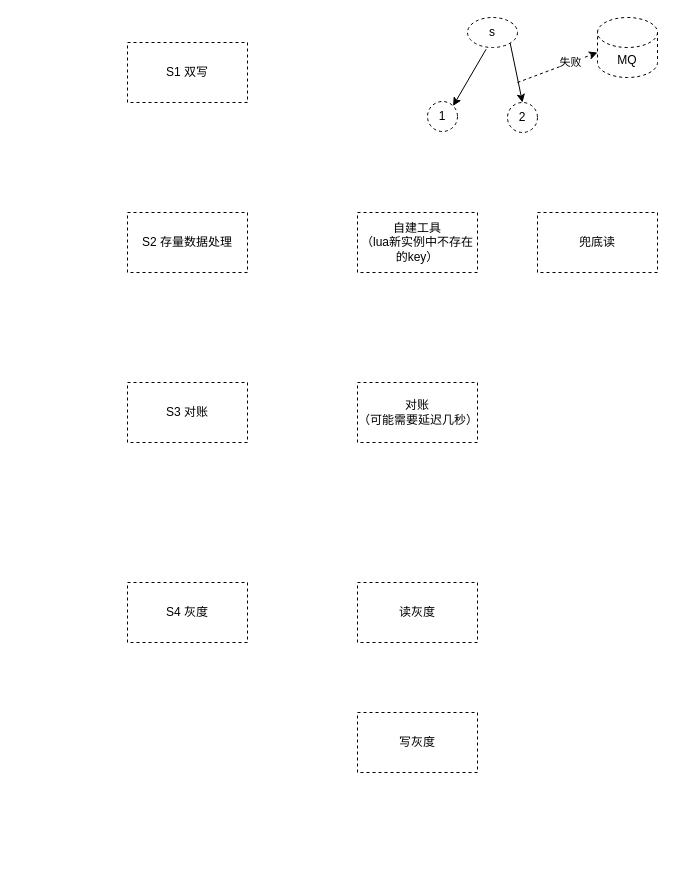
The draw.io diagram arch/实例拆分方案.drawio in melonshell/draw.io, before the edit. Source tidied: cells renumbered, new cells numbered last; positions are measured from the earlier drawing's top-left corner, leaving out a move shared by most shapes. Both pictures are drawn from the tidied source at 100%, with x=0, y=0 at pixel (17, 17).
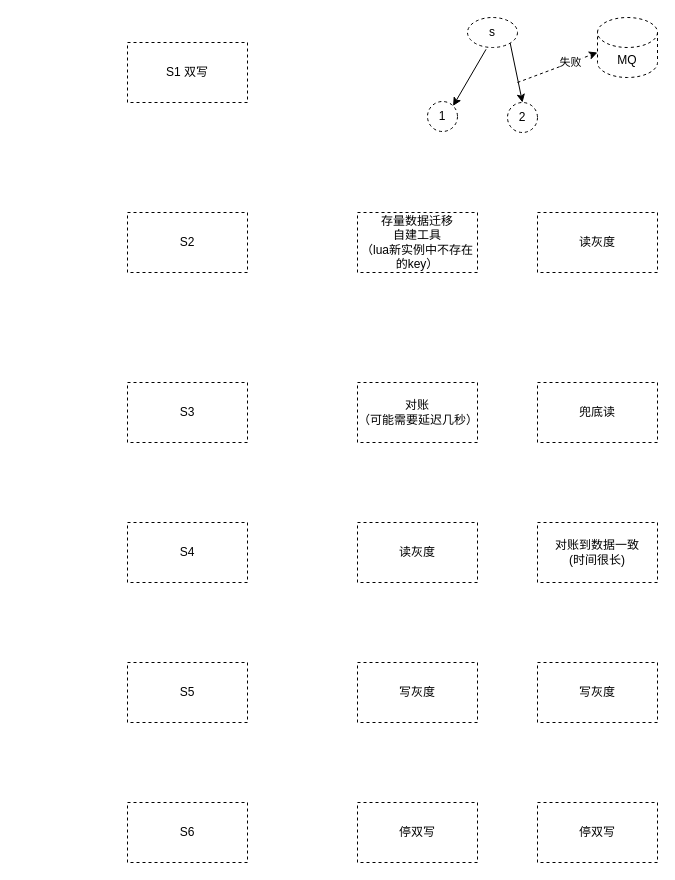
Above is the later version.

Commit message (it also covers changes not shown here):
更新实例拆分方案.drawio

Change to the diagram source:
```diff
@@
-    <mxCell id="9" value="S2 存量数据处理" style="rounded=0;whiteSpace=wrap;html=1;dashed=1;fillColor=none;" parent="1" vertex="1">
+    <mxCell id="9" value="S2" style="rounded=0;whiteSpace=wrap;html=1;dashed=1;fillColor=none;" parent="1" vertex="1">
       <mxGeometry x="110" y="195" width="120" height="60" as="geometry" />
     </mxCell>
-    <mxCell id="10" value="自建工具&lt;br&gt;（lua新实例中不存在的key）" style="rounded=0;whiteSpace=wrap;html=1;dashed=1;fillColor=none;" parent="1" vertex="1">
+    <mxCell id="10" value="存量数据迁移&lt;br&gt;自建工具&lt;br&gt;（lua新实例中不存在的key）" style="rounded=0;whiteSpace=wrap;html=1;dashed=1;fillColor=none;" parent="1" vertex="1">
       <mxGeometry x="340" y="195" width="120" height="60" as="geometry" />
     </mxCell>
     <mxCell id="11" value="兜底读" style="rounded=0;whiteSpace=wrap;html=1;dashed=1;fillColor=none;" parent="1" vertex="1">
-      <mxGeometry x="520" y="195" width="120" height="60" as="geometry" />
+      <mxGeometry x="520" y="365" width="120" height="60" as="geometry" />
     </mxCell>
-    <mxCell id="12" value="S3 对账" style="rounded=0;whiteSpace=wrap;html=1;dashed=1;fillColor=none;" parent="1" vertex="1">
+    <mxCell id="12" value="S3" style="rounded=0;whiteSpace=wrap;html=1;dashed=1;fillColor=none;" parent="1" vertex="1">
       <mxGeometry x="110" y="365" width="120" height="60" as="geometry" />
     </mxCell>
@@
-    <mxCell id="17" value="S4 灰度" style="rounded=0;whiteSpace=wrap;html=1;dashed=1;fillColor=none;" parent="1" vertex="1">
-      <mxGeometry x="110" y="565" width="120" height="60" as="geometry" />
+    <mxCell id="17" value="S4" style="rounded=0;whiteSpace=wrap;html=1;dashed=1;fillColor=none;" parent="1" vertex="1">
+      <mxGeometry x="110" y="505" width="120" height="60" as="geometry" />
     </mxCell>
     <mxCell id="18" value="读灰度" style="rounded=0;whiteSpace=wrap;html=1;dashed=1;fillColor=none;" parent="1" vertex="1">
-      <mxGeometry x="340" y="565" width="120" height="60" as="geometry" />
+      <mxGeometry x="340" y="505" width="120" height="60" as="geometry" />
     </mxCell>
     <mxCell id="19" value="写灰度" style="rounded=0;whiteSpace=wrap;html=1;dashed=1;fillColor=none;" parent="1" vertex="1">
-      <mxGeometry x="340" y="695" width="120" height="60" as="geometry" />
+      <mxGeometry x="340" y="645" width="120" height="60" as="geometry" />
     </mxCell>
+    <mxCell id="20" value="对账到数据一致&lt;br&gt;(时间很长)" style="rounded=0;whiteSpace=wrap;html=1;dashed=1;fillColor=none;" parent="1" vertex="1">
+      <mxGeometry x="520" y="505" width="120" height="60" as="geometry" />
+    </mxCell>
+    <mxCell id="21" value="S5" style="rounded=0;whiteSpace=wrap;html=1;dashed=1;fillColor=none;" parent="1" vertex="1">
+      <mxGeometry x="110" y="645" width="120" height="60" as="geometry" />
+    </mxCell>
+    <mxCell id="22" value="S6" style="rounded=0;whiteSpace=wrap;html=1;dashed=1;fillColor=none;" parent="1" vertex="1">
+      <mxGeometry x="110" y="785" width="120" height="60" as="geometry" />
+    </mxCell>
+    <mxCell id="23" value="停双写" style="rounded=0;whiteSpace=wrap;html=1;dashed=1;fillColor=none;" parent="1" vertex="1">
+      <mxGeometry x="340" y="785" width="120" height="60" as="geometry" />
+    </mxCell>
+    <mxCell id="24" value="读灰度" style="rounded=0;whiteSpace=wrap;html=1;dashed=1;fillColor=none;" parent="1" vertex="1">
+      <mxGeometry x="520" y="195" width="120" height="60" as="geometry" />
+    </mxCell>
+    <mxCell id="25" value="写灰度" style="rounded=0;whiteSpace=wrap;html=1;dashed=1;fillColor=none;" parent="1" vertex="1">
+      <mxGeometry x="520" y="645" width="120" height="60" as="geometry" />
+    </mxCell>
+    <mxCell id="26" value="停双写" style="rounded=0;whiteSpace=wrap;html=1;dashed=1;fillColor=none;" parent="1" vertex="1">
+      <mxGeometry x="520" y="785" width="120" height="60" as="geometry" />
+    </mxCell>
```
